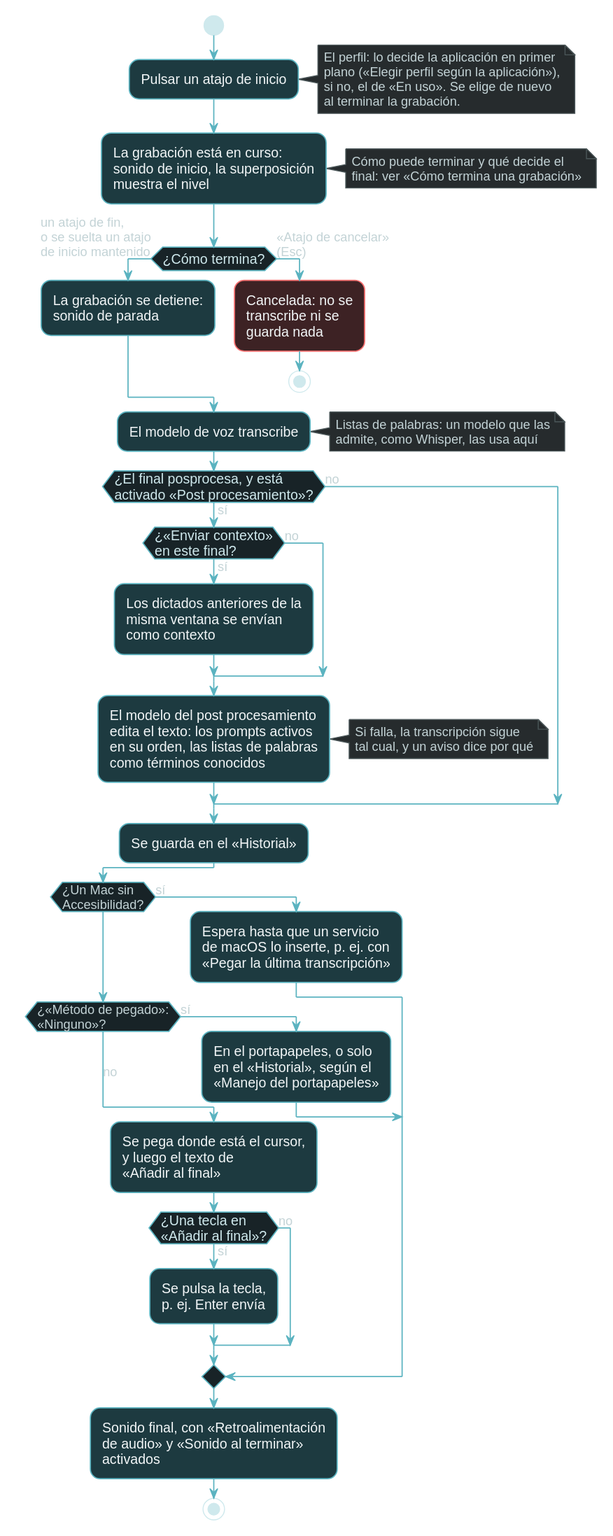
Above: docs/manual/public/diagrams/es/dictation-flow.dark.svg in yaccob/DanyWhere (PlantUML), before the change.
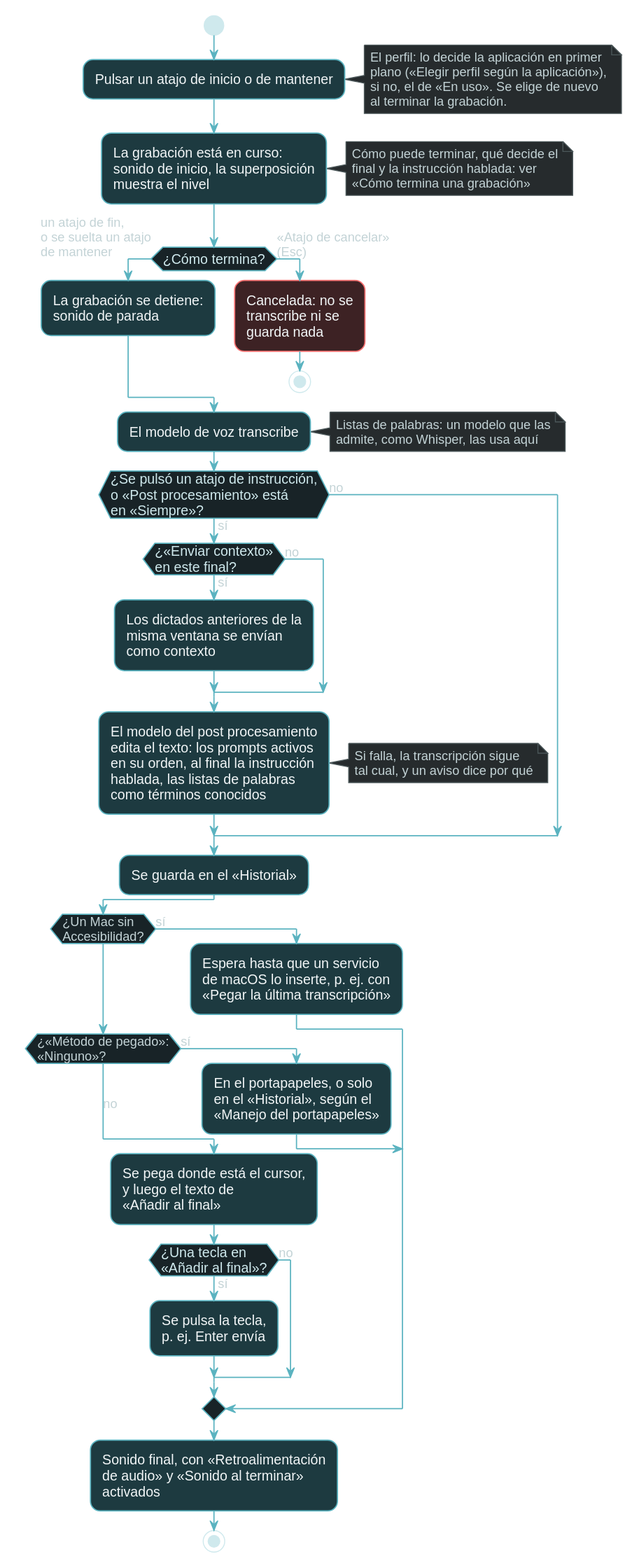
After the commit.

Diff of the diagram source:
```diff
@@ -1,21 +1,21 @@
 @startuml
 !$yes = "sí"
 !$no = "no"
-!$press = "Pulsar un atajo de inicio"
+!$press = "Pulsar un atajo de inicio o de mantener"
 !$noteProfile = "El perfil: lo decide la aplicación en primer\nplano («Elegir perfil según la aplicación»),\nsi no, el de «En uso». Se elige de nuevo\nal terminar la grabación."
 !$recording = "La grabación está en curso:\nsonido de inicio, la superposición\nmuestra el nivel"
-!$noteEnds = "Cómo puede terminar y qué decide el\nfinal: ver «Cómo termina una grabación»"
+!$noteEnds = "Cómo puede terminar, qué decide el\nfinal y la instrucción hablada: ver\n«Cómo termina una grabación»"
 !$qEnd = "¿Cómo termina?"
-!$aEnds = "un atajo de fin,\no se suelta un atajo\nde inicio mantenido"
+!$aEnds = "un atajo de fin,\no se suelta un atajo\nde mantener"
 !$aCancel = "«Atajo de cancelar»\n(Esc)"
 !$stopped = "La grabación se detiene:\nsonido de parada"
 !$cancelled = "Cancelada: no se\ntranscribe ni se\nguarda nada"
 !$transcribe = "El modelo de voz transcribe"
 !$noteWords = "Listas de palabras: un modelo que las\nadmite, como Whisper, las usa aquí"
-!$qPost = "¿El final posprocesa, y está\nactivado «Post procesamiento»?"
+!$qPost = "¿Se pulsó un atajo de instrucción,\no «Post procesamiento» está\nen «Siempre»?"
 !$qContext = "¿«Enviar contexto»\nen este final?"
 !$context = "Los dictados anteriores de la\nmisma ventana se envían\ncomo contexto"
-!$edit = "El modelo del post procesamiento\nedita el texto: los prompts activos\nen su orden, las listas de palabras\ncomo términos conocidos"
+!$edit = "El modelo del post procesamiento\nedita el texto: los prompts activos\nen su orden, al final la instrucción\nhablada, las listas de palabras\ncomo términos conocidos"
 !$noteFailed = "Si falla, la transcripción sigue\ntal cual, y un aviso dice por qué"
 !$history = "Se guarda en el «Historial»"
 !$qWaits = "¿Un Mac sin\nAccesibilidad?"
```
